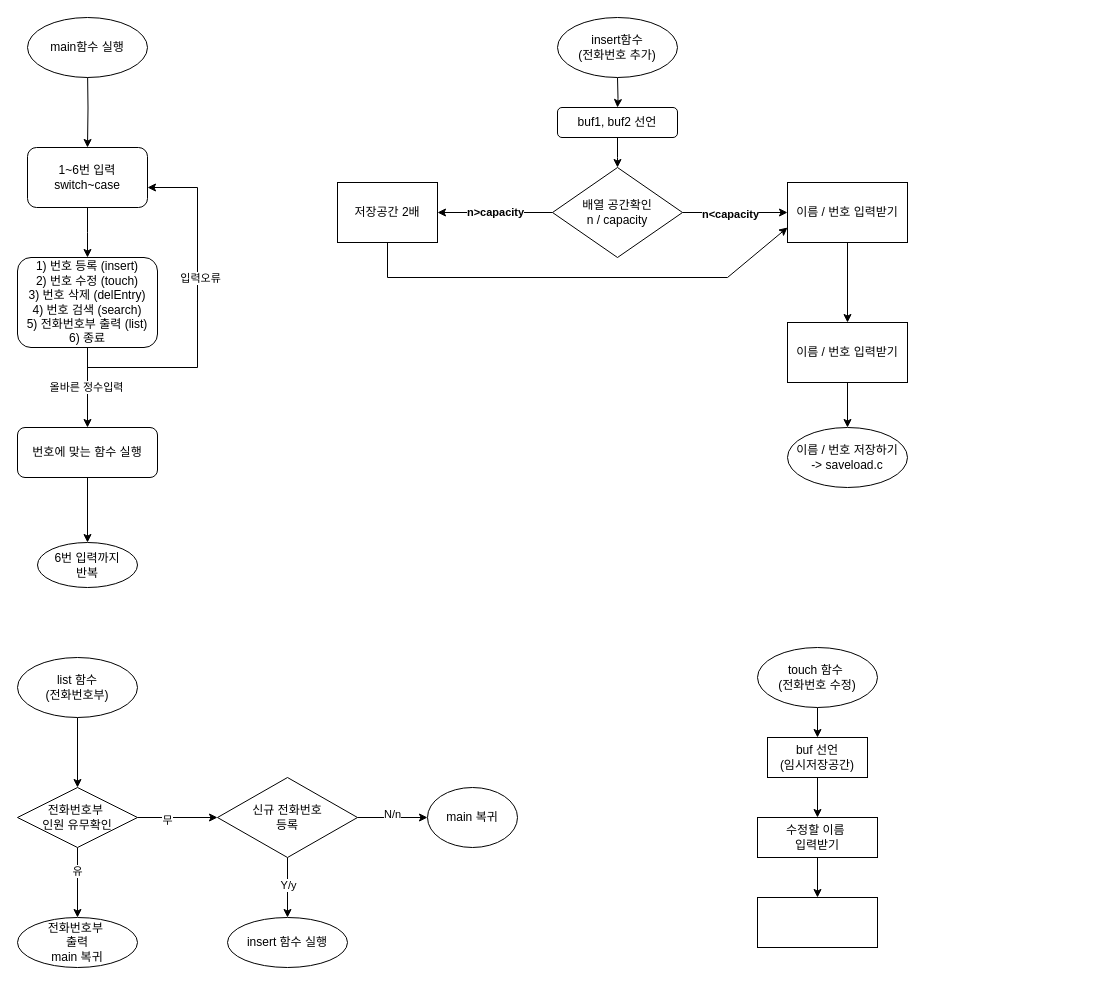
This is 1stProject_phonebook/202122404김표승 소프트웨어공학 1차프로젝트 전화번호부 코드 순서도.drawio from pyoseung74/202122404-2-2-software-engineering, a draw.io file, before an edit. Source tidied: cells renumbered, new cells numbered last; positions are measured from the earlier drawing's top-left corner, leaving out a move shared by most shapes. Both pictures are drawn from the tidied source at 100%, with x=0, y=0 at pixel (17, 17).
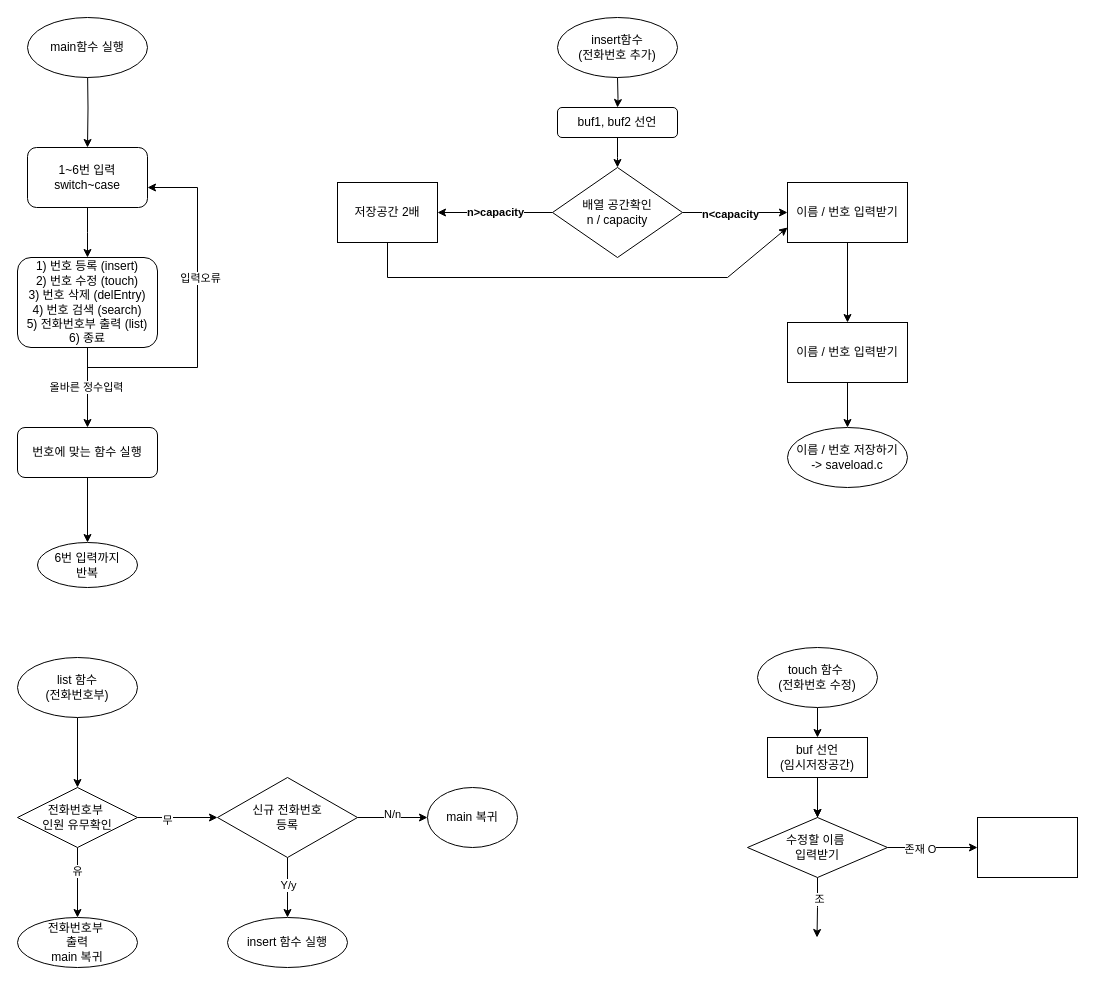
After the change.

Commit message:
202122404김표승 소프트웨어공학 1차프로젝트 전화번호부 코드 순서도.drawio 업데이트

The change refers to these unchanged cells:
```xml
<mxCell id="52" value="buf 선언&lt;div&gt;(임시저장공간)&lt;/div&gt;" style="whiteSpace=wrap;html=1;" parent="1" vertex="1">
  <mxGeometry x="750" y="720" width="100" height="40" as="geometry" />
</mxCell>
```

The edit, as a diff of the source:
```diff
@@
-    <mxCell id="51" style="edgeStyle=orthogonalEdgeStyle;rounded=0;jettySize=auto;html=1;" parent="1" edge="1" source="52" target="54">
-      <mxGeometry relative="1" as="geometry" />
+    <mxCell id="51" style="edgeStyle=orthogonalEdgeStyle;rounded=0;jettySize=auto;html=1;" parent="1" edge="1" source="54">
+      <mxGeometry relative="1" as="geometry">
+        <mxPoint x="800" y="800" as="targetPoint" />
+      </mxGeometry>
     </mxCell>
@@
-    <mxCell id="53" style="edgeStyle=orthogonalEdgeStyle;rounded=0;jettySize=auto;html=1;" parent="1" edge="1" source="54" target="55">
-      <mxGeometry relative="1" as="geometry" />
+    <mxCell id="53" style="edgeStyle=orthogonalEdgeStyle;rounded=0;jettySize=auto;html=1;exitX=0.5;exitY=1;exitDx=0;exitDy=0;" parent="1" edge="1" source="54">
+      <mxGeometry relative="1" as="geometry">
+        <mxPoint x="799.5" y="920" as="targetPoint" />
+        <Array as="points">
+          <mxPoint x="800" y="890" />
+        </Array>
+      </mxGeometry>
     </mxCell>
+    <mxCell id="56" value="조" style="edgeLabel;html=1;align=center;verticalAlign=middle;" parent="53" vertex="1">
+      <mxGeometry x="-0.31" y="1" relative="1" as="geometry" />
+    </mxCell>
+    <mxCell id="57" style="edgeStyle=orthogonalEdgeStyle;rounded=0;jettySize=auto;html=1;" parent="1" edge="1" source="52" target="54">
+      <mxGeometry relative="1" as="geometry" />
+    </mxCell>
+    <mxCell id="58" style="edgeStyle=orthogonalEdgeStyle;rounded=0;jettySize=auto;html=1;" parent="1" edge="1" source="54" target="60">
+      <mxGeometry relative="1" as="geometry" />
+    </mxCell>
+    <mxCell id="59" value="존재 O" style="edgeLabel;html=1;align=center;verticalAlign=middle;" parent="58" vertex="1">
+      <mxGeometry x="-0.29" y="-1" relative="1" as="geometry" />
+    </mxCell>
-    <mxCell id="54" value="수정할 이름&amp;nbsp;&lt;div&gt;입력받기&lt;/div&gt;" style="whiteSpace=wrap;html=1;" parent="1" vertex="1">
-      <mxGeometry x="740" y="800" width="120" height="40" as="geometry" />
+    <mxCell id="54" value="수정할 이름&amp;nbsp;&lt;div&gt;입력받기&lt;/div&gt;" style="rhombus;whiteSpace=wrap;html=1;" parent="1" vertex="1">
+      <mxGeometry x="730" y="800" width="140" height="60" as="geometry" />
     </mxCell>
-    <mxCell id="55" style="whiteSpace=wrap;html=1;" parent="1" vertex="1">
-      <mxGeometry x="740" y="880" width="120" height="50" as="geometry" />
-    </mxCell>
+    <mxCell id="60" style="whiteSpace=wrap;html=1;" parent="1" vertex="1">
+      <mxGeometry x="960" y="800" width="100" height="60" as="geometry" />
+    </mxCell>
```
